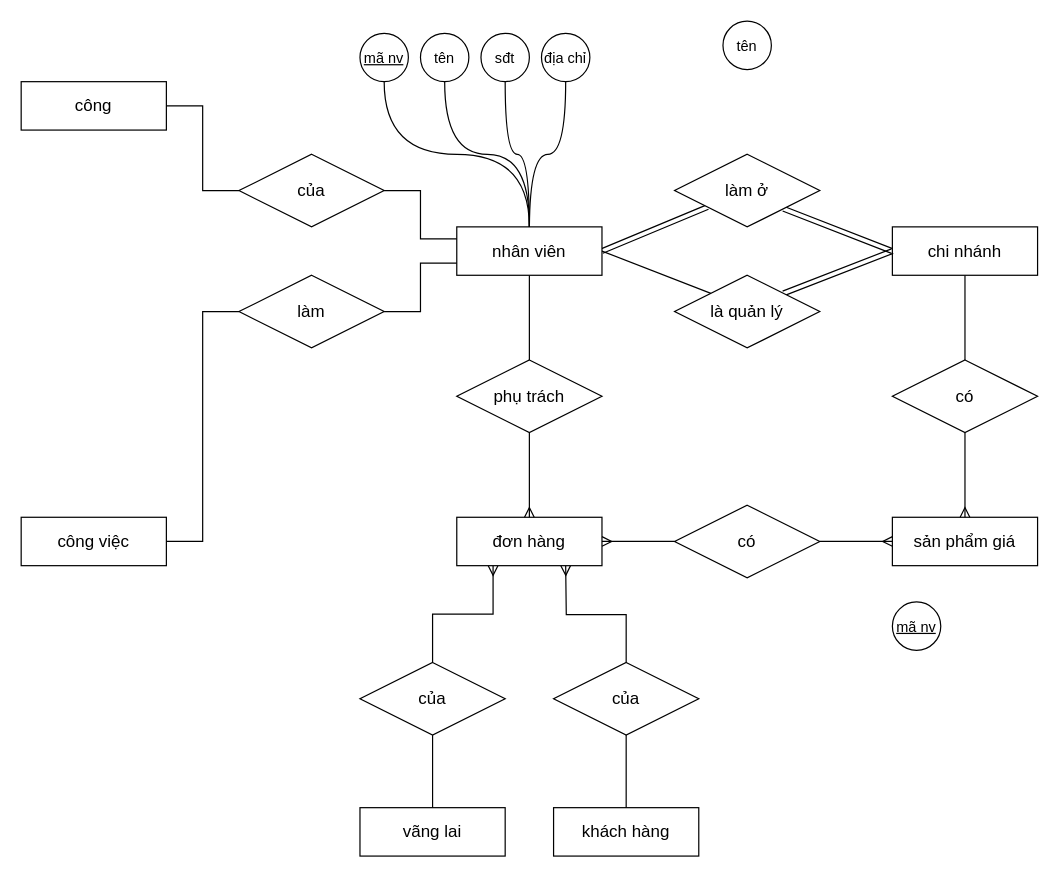
congdinh2k/project keeps this draw.io diagram as CSDL.drawio. Above is the earlier version. Source tidied: cells renumbered, new cells numbered last; positions are measured from the earlier drawing's top-left corner, leaving out a move shared by most shapes. Both pictures are drawn from the tidied source at 121%, with x=0, y=0 at pixel (21, 21).
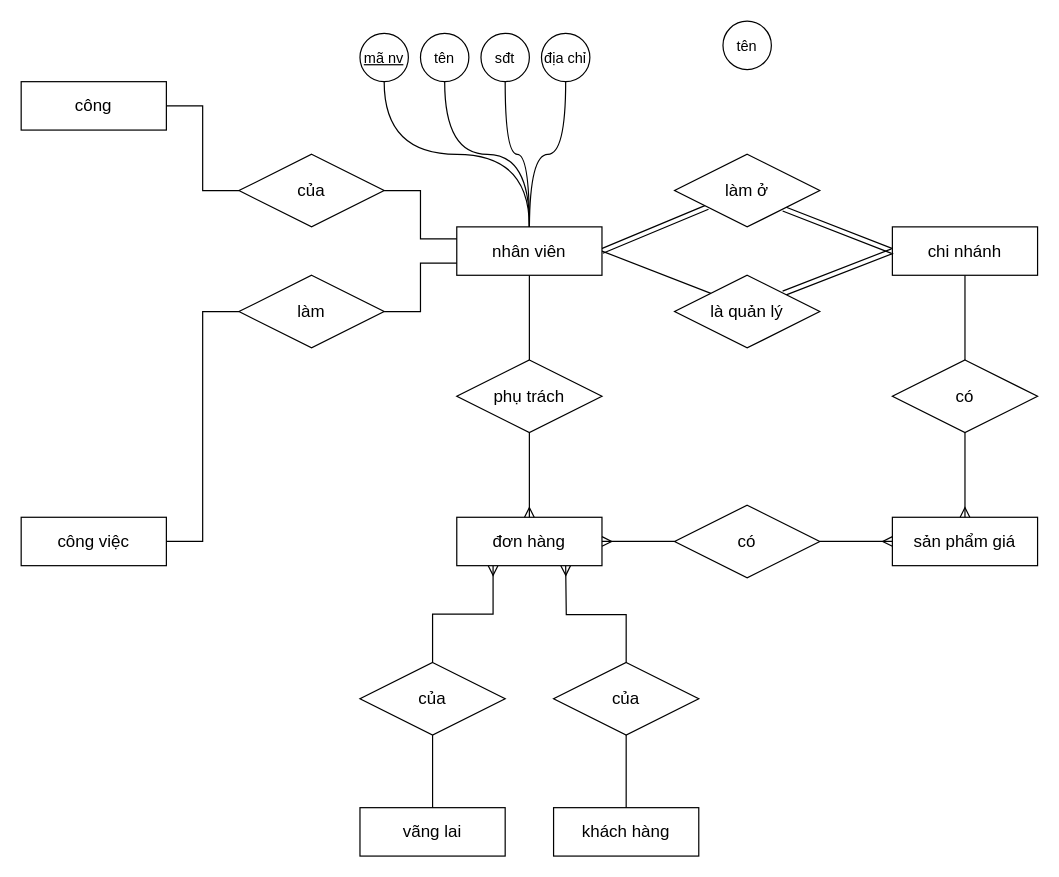
After the change.

The edit, as a diff of the source:
```diff
@@
-    <mxCell id="39" value="&lt;u&gt;&lt;font style=&quot;font-size: 12px&quot;&gt;mã nv&lt;/font&gt;&lt;/u&gt;" style="ellipse;whiteSpace=wrap;html=1;shadow=0;sketch=0;fontSize=14;" parent="1" vertex="1">
-      <mxGeometry x="720" y="480" width="40" height="40" as="geometry" />
-    </mxCell>
```
